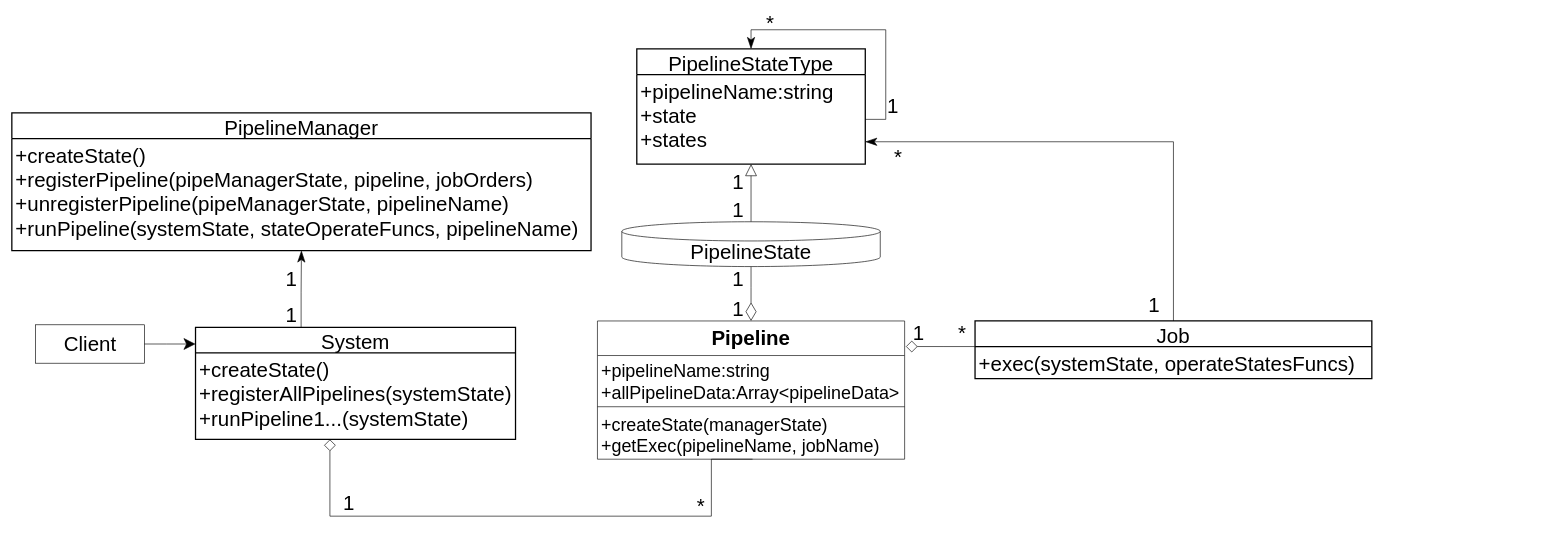
Earlier version of the draw.io diagram packages/管道模式/role_abstract/UML.drawio (yyc-git/3DProgramPattern). Source tidied: cells renumbered, new cells numbered last; positions are measured from the earlier drawing's top-left corner, leaving out a move shared by most shapes. Both pictures are drawn from the tidied source at 64%, with x=0, y=0 at pixel (12, 17).
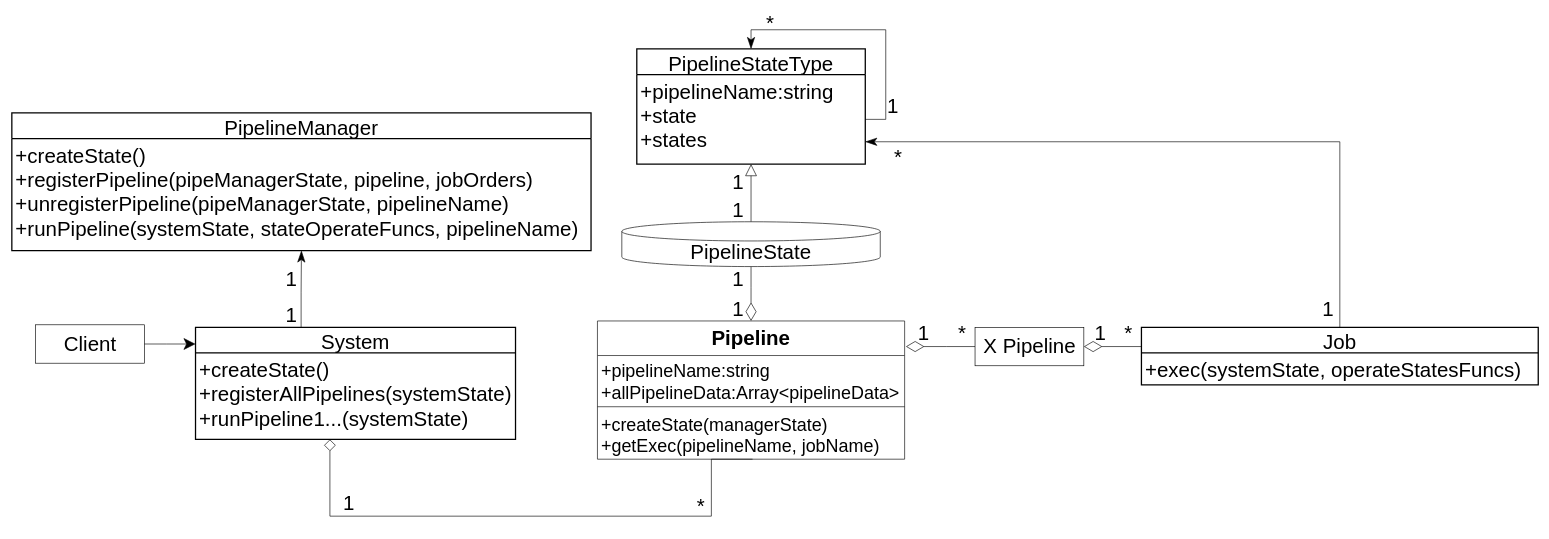
The same diagram, later.

Unchanged cells that the change refers to:
```xml
<mxCell id="11" value="Pipeline" style="swimlane;fontStyle=1;align=center;verticalAlign=top;horizontal=1;startSize=54;fontSize=32;" parent="1" vertex="1">
  <mxGeometry x="915" y="475" width="480" height="216" as="geometry" />
</mxCell>
```

Diff of the diagram source:
```diff
@@
-    <mxCell id="2" style="edgeStyle=orthogonalEdgeStyle;rounded=0;jettySize=auto;html=1;endArrow=none;endFill=0;startSize=16;endSize=16;startArrow=diamond;startFill=0;exitX=1.004;exitY=0.185;exitDx=0;exitDy=0;exitPerimeter=0;" parent="1" edge="1" source="11">
+    <mxCell id="2" style="edgeStyle=orthogonalEdgeStyle;rounded=0;jettySize=auto;html=1;endArrow=none;endFill=0;startSize=26;endSize=26;startArrow=diamondThin;startFill=0;exitX=1.004;exitY=0.185;exitDx=0;exitDy=0;exitPerimeter=0;" parent="1" edge="1" source="11">
       <mxGeometry relative="1" as="geometry">
         <mxPoint x="1505" y="515" as="targetPoint" />
       </mxGeometry>
     </mxCell>
@@
     <mxCell id="4" value="Job" style="swimlane;horizontal=1;startSize=40;rounded=0;fontSize=32;fontStyle=0;strokeWidth=2;shadow=0;dashed=0;align=center;" parent="1" vertex="1">
-      <mxGeometry x="1505" y="475" width="620" height="90" as="geometry" />
+      <mxGeometry x="1765" y="485" width="620" height="90" as="geometry" />
     </mxCell>
@@
     <mxCell id="8" value="&lt;font style=&quot;font-size: 32px&quot;&gt;1&lt;/font&gt;" style="text;html=1;strokeColor=none;fillColor=none;align=center;verticalAlign=middle;whiteSpace=wrap;rounded=0;" parent="1" vertex="1">
-      <mxGeometry x="1397" y="485" width="40" height="20" as="geometry" />
+      <mxGeometry x="1405" y="485" width="40" height="20" as="geometry" />
     </mxCell>
@@
     <mxCell id="30" value="&lt;font style=&quot;font-size: 32px&quot;&gt;1&lt;/font&gt;" style="text;html=1;strokeColor=none;fillColor=none;align=center;verticalAlign=middle;whiteSpace=wrap;rounded=0;fontSize=28;" parent="1" vertex="1">
-      <mxGeometry x="1765" y="440" width="40" height="20" as="geometry" />
+      <mxGeometry x="2037" y="446" width="40" height="20" as="geometry" />
     </mxCell>
@@
+    <mxCell id="38" style="edgeStyle=orthogonalEdgeStyle;rounded=0;jettySize=auto;html=1;endArrow=none;endFill=0;startArrow=diamondThin;startFill=0;endSize=26;startSize=26;" parent="1" edge="1" source="39">
+      <mxGeometry relative="1" as="geometry">
+        <mxPoint x="1765" y="515" as="targetPoint" />
+        <Array as="points">
+          <mxPoint x="1765" y="515" />
+        </Array>
+      </mxGeometry>
+    </mxCell>
+    <mxCell id="39" value="X Pipeline" style="html=1;fontSize=32;" parent="1" vertex="1">
+      <mxGeometry x="1505" y="485" width="170" height="60" as="geometry" />
+    </mxCell>
+    <mxCell id="40" value="&lt;font style=&quot;font-size: 32px&quot;&gt;1&lt;/font&gt;" style="text;html=1;strokeColor=none;fillColor=none;align=center;verticalAlign=middle;whiteSpace=wrap;rounded=0;" parent="1" vertex="1">
+      <mxGeometry x="1681" y="485" width="40" height="20" as="geometry" />
+    </mxCell>
+    <mxCell id="41" value="&lt;font style=&quot;font-size: 32px&quot;&gt;*&lt;/font&gt;" style="text;html=1;strokeColor=none;fillColor=none;align=center;verticalAlign=middle;whiteSpace=wrap;rounded=0;" parent="1" vertex="1">
+      <mxGeometry x="1725" y="485" width="40" height="20" as="geometry" />
+    </mxCell>
```
